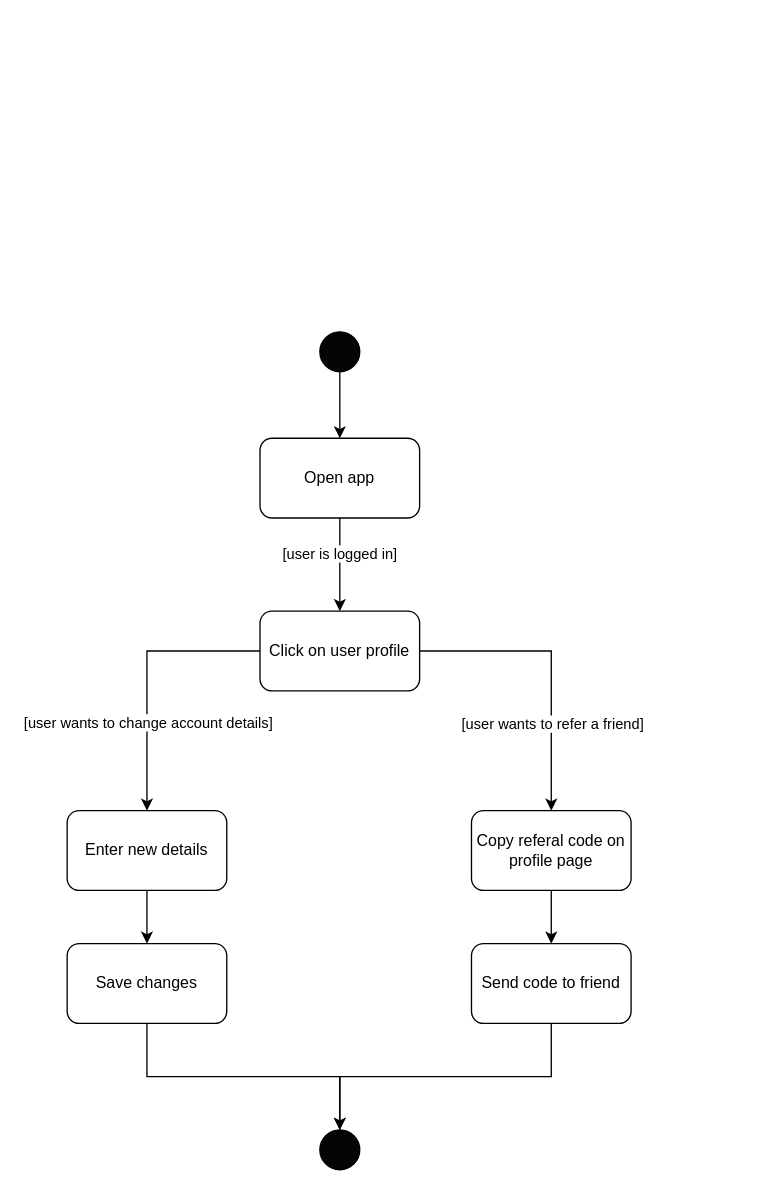
Above: ActivityDiagram_UserDetailsReferral.drawio in ahammond3aws/DC2SEN (draw.io), before the change. Source tidied: cells renumbered, new cells numbered last; positions are measured from the earlier drawing's top-left corner, leaving out a move shared by most shapes. Both pictures are drawn from the tidied source at 133%, with x=0, y=0 at pixel (66, 331).
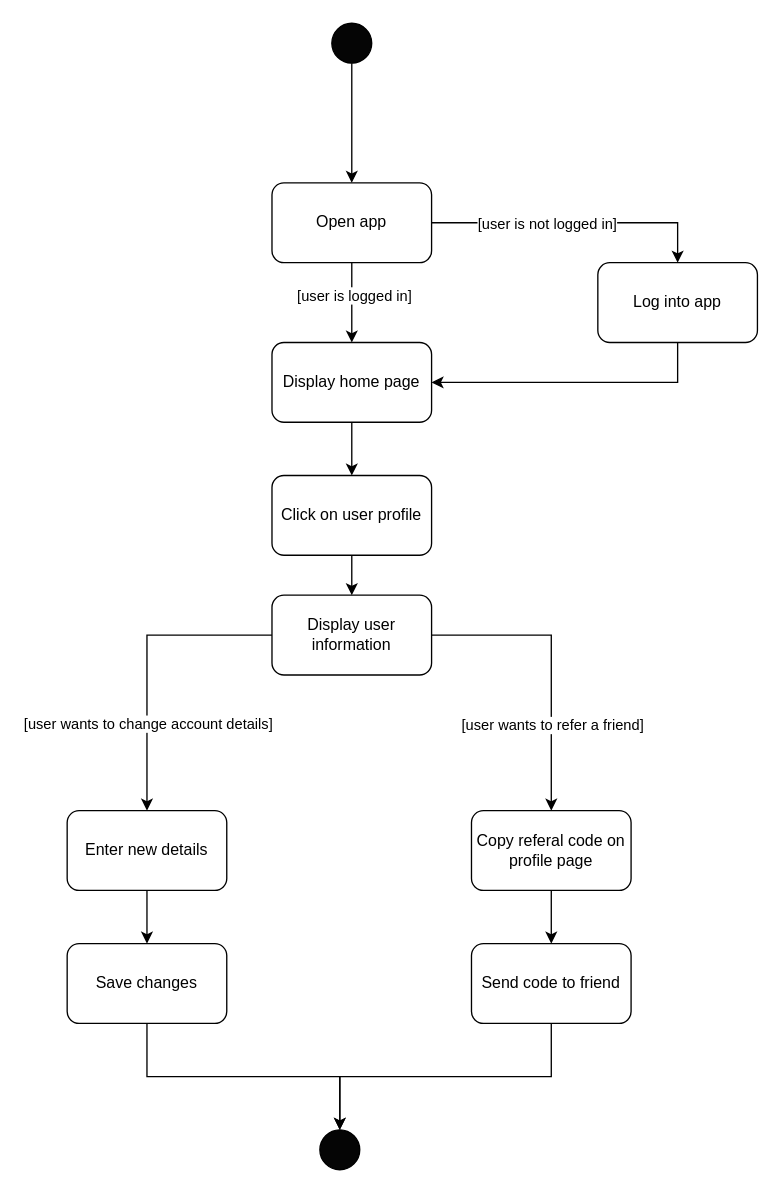
Above is the later version.

Unchanged cells that the change refers to:
```xml
<mxCell id="7" style="edgeStyle=orthogonalEdgeStyle;rounded=0;jettySize=auto;html=1;" parent="1" edge="1" source="11" target="13">
  <mxGeometry relative="1" as="geometry" />
</mxCell>
<mxCell id="9" style="edgeStyle=orthogonalEdgeStyle;rounded=0;jettySize=auto;html=1;" parent="1" edge="1" source="11" target="17">
  <mxGeometry relative="1" as="geometry" />
</mxCell>
```

Change to the diagram source:
```diff
@@
     <mxCell id="3" style="ellipse;whiteSpace=wrap;html=1;direction=east;fillColor=#050505;" parent="1" vertex="1">
-      <mxGeometry x="190" width="30" height="30" as="geometry" />
+      <mxGeometry x="199" y="-232" width="30" height="30" as="geometry" />
     </mxCell>
-    <mxCell id="4" style="edgeStyle=orthogonalEdgeStyle;rounded=0;jettySize=auto;html=1;" parent="1" edge="1" source="6" target="11">
-      <mxGeometry relative="1" as="geometry" />
+    <mxCell id="4" style="edgeStyle=orthogonalEdgeStyle;rounded=0;jettySize=auto;html=1;entryX=0.5;entryY=0;entryDx=0;entryDy=0;" parent="1" edge="1" source="6" target="28">
+      <mxGeometry relative="1" as="geometry">
+        <Array as="points">
+          <mxPoint x="214" y="-12" />
+          <mxPoint x="214" y="-12" />
+        </Array>
+      </mxGeometry>
     </mxCell>
     <mxCell id="5" value="[user is logged in]" style="edgeLabel;html=1;align=center;verticalAlign=middle;" parent="4" vertex="1">
-      <mxGeometry x="-0.25" y="-1" relative="1" as="geometry" />
+      <mxGeometry x="-0.2" y="1" relative="1" as="geometry" />
     </mxCell>
+    <mxCell id="21" style="edgeStyle=orthogonalEdgeStyle;rounded=0;jettySize=auto;html=1;" parent="1" edge="1" source="6" target="26">
+      <mxGeometry relative="1" as="geometry">
+        <Array as="points">
+          <mxPoint x="459" y="-82" />
+        </Array>
+      </mxGeometry>
+    </mxCell>
+    <mxCell id="22" value="[user is not logged in]" style="edgeLabel;html=1;align=center;verticalAlign=middle;" parent="21" vertex="1">
+      <mxGeometry x="-0.31" y="3" relative="1" as="geometry">
+        <mxPoint x="12" y="3" as="offset" />
+      </mxGeometry>
+    </mxCell>
     <mxCell id="6" value="Open app" style="rounded=1;whiteSpace=wrap;html=1;fillColor=#FFFFFF;" parent="1" vertex="1">
-      <mxGeometry x="145" y="80" width="120" height="60" as="geometry" />
+      <mxGeometry x="154" y="-112" width="120" height="60" as="geometry" />
     </mxCell>
@@
     <mxCell id="8" value="[user wants to change account details]" style="edgeLabel;html=1;align=center;verticalAlign=middle;" parent="7" vertex="1">
       <mxGeometry x="0.29" y="2" relative="1" as="geometry">
-        <mxPoint x="-2" y="6" as="offset" />
+        <mxPoint x="-2" y="14" as="offset" />
       </mxGeometry>
     </mxCell>
@@
     <mxCell id="10" value="[user wants to refer a friend]" style="edgeLabel;html=1;align=center;verticalAlign=middle;" parent="9" vertex="1">
       <mxGeometry x="0.32" relative="1" as="geometry">
-        <mxPoint y="8" as="offset" />
+        <mxPoint y="10" as="offset" />
       </mxGeometry>
     </mxCell>
-    <mxCell id="11" value="Click on user profile" style="rounded=1;whiteSpace=wrap;html=1;fillColor=#FFFFFF;" parent="1" vertex="1">
-      <mxGeometry x="145" y="210" width="120" height="60" as="geometry" />
+    <mxCell id="11" value="Display user information" style="rounded=1;whiteSpace=wrap;html=1;fillColor=#FFFFFF;" parent="1" vertex="1">
+      <mxGeometry x="154" y="198" width="120" height="60" as="geometry" />
     </mxCell>
@@
+    <mxCell id="23" style="edgeStyle=orthogonalEdgeStyle;rounded=0;jettySize=auto;html=1;entryX=0.5;entryY=0;entryDx=0;entryDy=0;" parent="1" edge="1" source="24" target="11">
+      <mxGeometry relative="1" as="geometry" />
+    </mxCell>
+    <mxCell id="24" value="Click on user profile" style="rounded=1;whiteSpace=wrap;html=1;fillColor=#FFFFFF;" parent="1" vertex="1">
+      <mxGeometry x="154" y="108" width="120" height="60" as="geometry" />
+    </mxCell>
+    <mxCell id="25" style="edgeStyle=orthogonalEdgeStyle;rounded=0;jettySize=auto;html=1;entryX=1;entryY=0.5;entryDx=0;entryDy=0;" parent="1" edge="1" source="26" target="28">
+      <mxGeometry relative="1" as="geometry">
+        <Array as="points">
+          <mxPoint x="459" y="38" />
+        </Array>
+      </mxGeometry>
+    </mxCell>
+    <mxCell id="26" value="Log into app" style="rounded=1;whiteSpace=wrap;html=1;fillColor=#FFFFFF;" parent="1" vertex="1">
+      <mxGeometry x="399" y="-52" width="120" height="60" as="geometry" />
+    </mxCell>
+    <mxCell id="27" style="edgeStyle=orthogonalEdgeStyle;rounded=0;jettySize=auto;html=1;entryX=0.5;entryY=0;entryDx=0;entryDy=0;" parent="1" edge="1" source="28" target="24">
+      <mxGeometry relative="1" as="geometry" />
+    </mxCell>
+    <mxCell id="28" value="Display home page" style="rounded=1;whiteSpace=wrap;html=1;fillColor=#FFFFFF;" parent="1" vertex="1">
+      <mxGeometry x="154" y="8" width="120" height="60" as="geometry" />
+    </mxCell>
```
